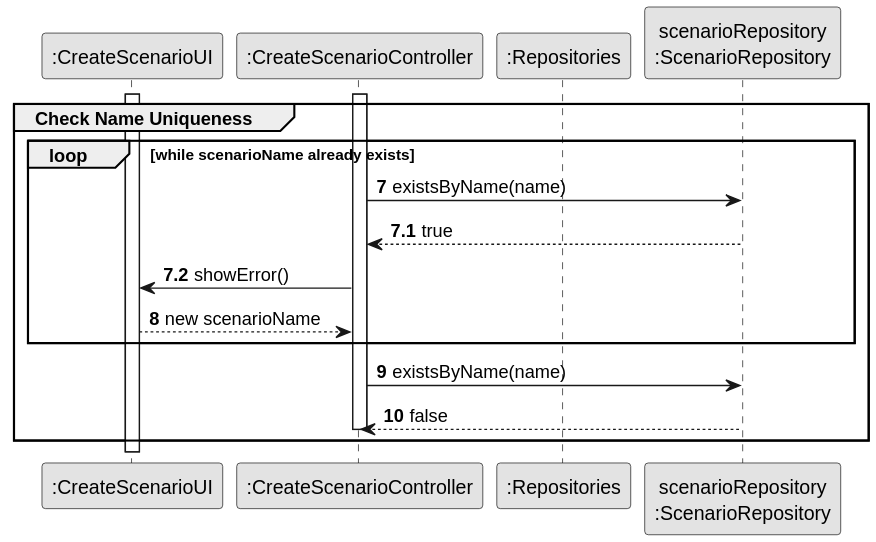
Earlier version of the PlantUML export docs/sprint2/us004/03.design/svg/us004-sd-partial-check-name-uniqueness.svg (ivasduarte/all-aboard). Its diagram source:
```plantuml
@startuml
skinparam monochrome true
skinparam packageStyle rectangle
skinparam shadowing false

participant ":CreateScenarioUI" as UI
participant ":CreateScenarioController" as CTRL
participant ":Repositories" as reps
participant "scenarioRepository\n:ScenarioRepository" as Repo

activate UI
activate CTRL

group Check Name Uniqueness
    loop while scenarioName already exists
        autonumber 7
        CTRL -> Repo : existsByName(name)
        autonumber 7.1
        Repo --> CTRL : true
        CTRL -> UI : showError()
        autonumber 8
        UI --> CTRL : new scenarioName
    end

    CTRL -> Repo : existsByName(name)
    Repo --> CTRL : false
    deactivate CTRL
end
@enduml
```
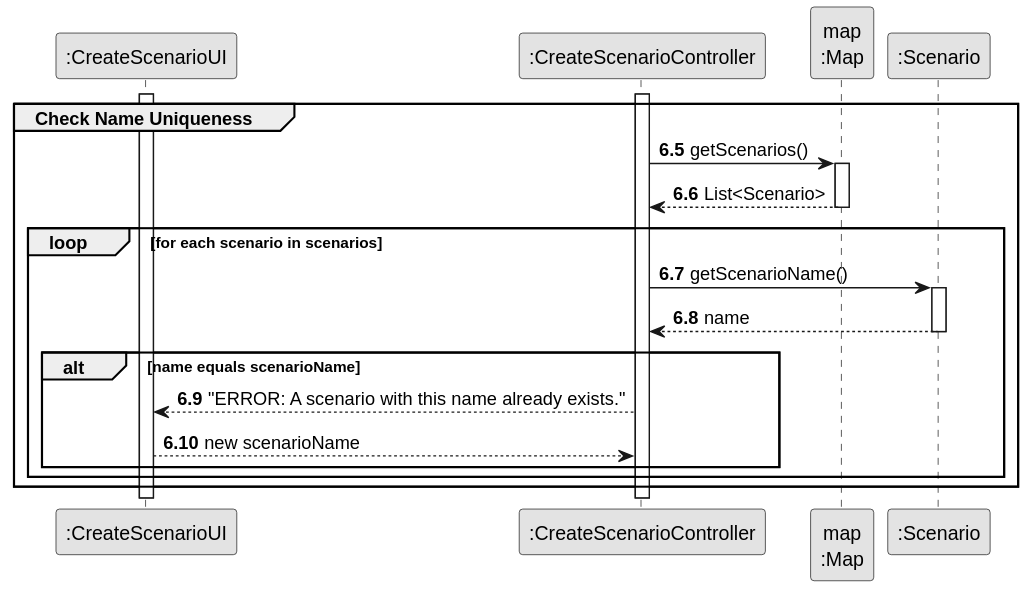
After the commit.

What changed in the source:
```diff
@@ -5,25 +5,30 @@
 
 participant ":CreateScenarioUI" as UI
 participant ":CreateScenarioController" as CTRL
-participant ":Repositories" as reps
-participant "scenarioRepository\n:ScenarioRepository" as Repo
+participant "map\n:Map" as Map
+participant ":Scenario" as Scenario
+
+autonumber 6.5
 
 activate UI
 activate CTRL
 
 group Check Name Uniqueness
-    loop while scenarioName already exists
-        autonumber 7
-        CTRL -> Repo : existsByName(name)
-        autonumber 7.1
-        Repo --> CTRL : true
-        CTRL -> UI : showError()
-        autonumber 8
-        UI --> CTRL : new scenarioName
+    CTRL -> Map : getScenarios()
+    activate Map
+    Map --> CTRL : List<Scenario>
+    deactivate Map
+
+    loop for each scenario in scenarios
+        CTRL -> Scenario : getScenarioName()
+        activate Scenario
+        Scenario --> CTRL : name
+        deactivate Scenario
+
+        alt name equals scenarioName
+            CTRL --> UI : "ERROR: A scenario with this name already exists."
+            UI --> CTRL : new scenarioName
+        end
     end
-
-    CTRL -> Repo : existsByName(name)
-    Repo --> CTRL : false
-    deactivate CTRL
 end
 @enduml
```
